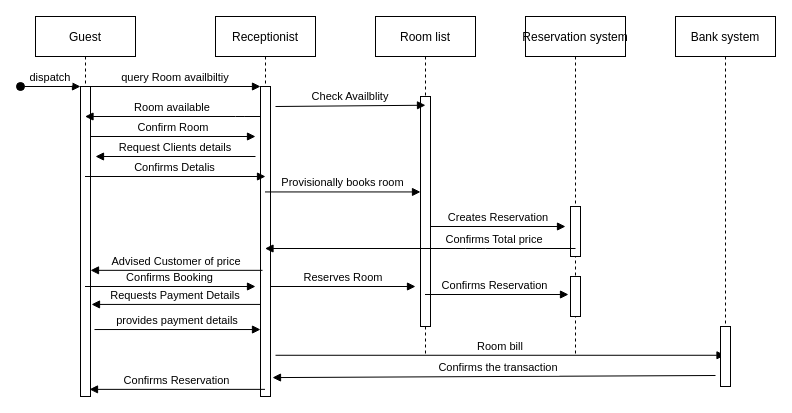
This is sequence.drawio from AhmedTarek-95/System-Desine, a draw.io file, before an edit. Source tidied: cells renumbered, new cells numbered last; positions are measured from the earlier drawing's top-left corner, leaving out a move shared by most shapes. Both pictures are drawn from the tidied source at 100%, with x=0, y=0 at pixel (20, 16).
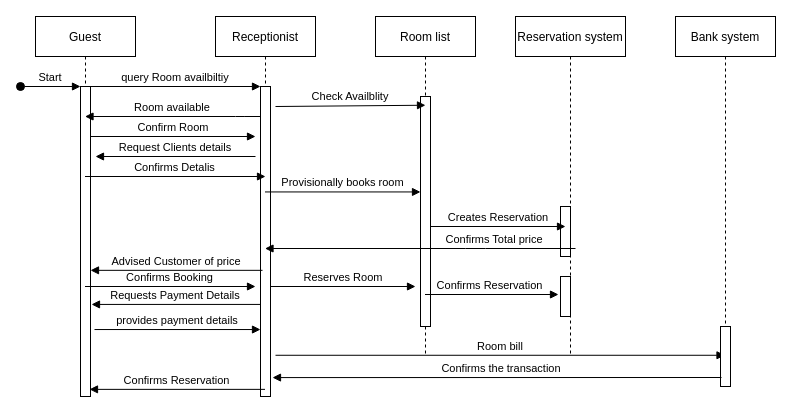
The same page after the edit.

The change refers to these unchanged cells:
```xml
<mxCell id="2" value="Guest" style="shape=umlLifeline;perimeter=lifelinePerimeter;rounded=0;shadow=0;strokeWidth=1;perimeterSpacing=0;" parent="1" vertex="1">
  <mxGeometry x="15" width="100" height="380" as="geometry" />
</mxCell>
<mxCell id="3" style="points=[];perimeter=orthogonalPerimeter;rounded=0;shadow=0;strokeWidth=1;" parent="2" vertex="1">
  <mxGeometry x="45" y="70" width="10" height="310" as="geometry" />
</mxCell>
<mxCell id="6" style="points=[];perimeter=orthogonalPerimeter;rounded=0;shadow=0;strokeWidth=1;" parent="5" vertex="1">
  <mxGeometry x="45" y="70" width="10" height="310" as="geometry" />
</mxCell>
<mxCell id="29" style="points=[];perimeter=orthogonalPerimeter;rounded=0;shadow=0;strokeWidth=1;" parent="1" vertex="1">
  <mxGeometry x="700" y="310" width="10" height="60" as="geometry" />
</mxCell>
```

What changed in the source:
```diff
@@
-    <mxCell id="4" value="dispatch" style="verticalAlign=bottom;startArrow=oval;endArrow=block;startSize=8;shadow=0;strokeWidth=1;" parent="2" edge="1" target="3">
+    <mxCell id="4" value="Start" style="verticalAlign=bottom;startArrow=oval;endArrow=block;startSize=8;shadow=0;strokeWidth=1;" parent="2" edge="1" target="3">
       <mxGeometry relative="1" as="geometry">
         <mxPoint x="-15" y="70" as="sourcePoint" />
       </mxGeometry>
     </mxCell>
@@
     <mxCell id="11" value="Reservation system" style="shape=umlLifeline;perimeter=lifelinePerimeter;rounded=0;shadow=0;strokeWidth=1;" parent="1" vertex="1">
-      <mxGeometry x="505" width="100" height="340" as="geometry" />
+      <mxGeometry x="495" width="110" height="340" as="geometry" />
     </mxCell>
@@
-    <mxCell id="30" value="Confirms the transaction" style="verticalAlign=bottom;endArrow=block;shadow=0;strokeWidth=1;entryX=1.2;entryY=0.939;entryDx=0;entryDy=0;entryPerimeter=0;" parent="1" edge="1" target="6">
-      <mxGeometry x="-0.02" relative="1" as="geometry">
-        <mxPoint x="695" y="359" as="sourcePoint" />
-      </mxGeometry>
+    <mxCell id="30" value="Confirms the transaction" style="verticalAlign=bottom;endArrow=block;shadow=0;strokeWidth=1;entryX=1.2;entryY=0.939;entryDx=0;entryDy=0;entryPerimeter=0;exitX=0.1;exitY=0.85;exitDx=0;exitDy=0;exitPerimeter=0;" parent="1" edge="1" source="29" target="6">
+      <mxGeometry x="-0.02" relative="1" as="geometry" />
     </mxCell>
```
